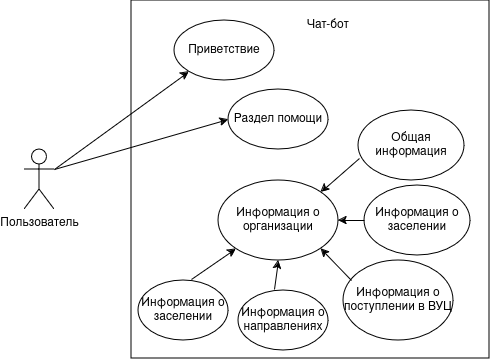
Before: tex/Диаграмма вариантов использования.drawio.png, a diagram exported from draw.io (yaz0p/bachelor_diploma). Source tidied: cells renumbered, new cells last; positions are measured from the earlier drawing's top-left corner, leaving out a move shared by most shapes.
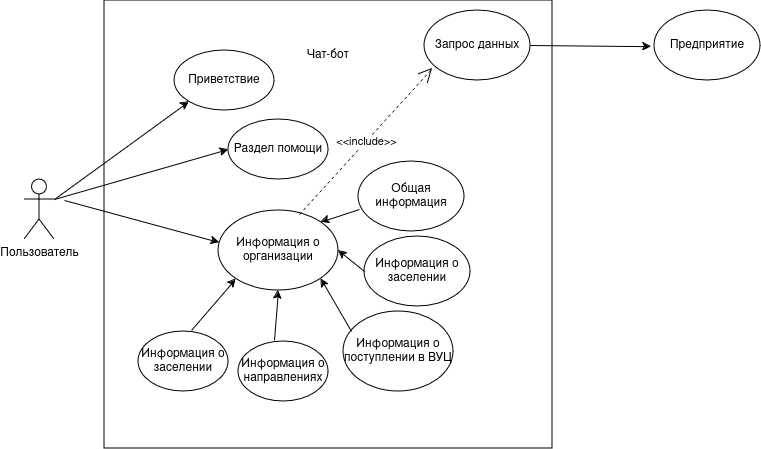
Above is the later version.

The edit, as a diff of the source:
```diff
@@ -6,7 +6,7 @@
       <mxGeometry y="149" width="30" height="60" as="geometry" />
     </mxCell>
     <mxCell id="3" style="whiteSpace=wrap;html=1;" parent="1" vertex="1">
-      <mxGeometry x="107" width="358" height="358" as="geometry" />
+      <mxGeometry x="80" y="-30" width="448" height="448" as="geometry" />
     </mxCell>
     <mxCell id="4" value="Приветствие" style="ellipse;whiteSpace=wrap;html=1;" parent="1" vertex="1">
       <mxGeometry x="150" y="20" width="100" height="60" as="geometry" />
@@ -27,34 +27,51 @@
       <mxGeometry x="194" y="180" width="120" height="80" as="geometry" />
     </mxCell>
     <mxCell id="10" value="Информация о заселении" style="ellipse;whiteSpace=wrap;html=1;" parent="1" vertex="1">
-      <mxGeometry x="114" y="280" width="90" height="60" as="geometry" />
+      <mxGeometry x="114" y="301" width="90" height="60" as="geometry" />
     </mxCell>
     <mxCell id="11" style="endArrow=classic;html=1;rounded=0;entryX=0;entryY=1;entryDx=0;entryDy=0;exitX=0.589;exitY=-0.017;exitDx=0;exitDy=0;exitPerimeter=0;" parent="1" edge="1" source="10" target="9">
       <mxGeometry relative="1" as="geometry" />
     </mxCell>
     <mxCell id="12" value="Информация о направлениях" style="ellipse;whiteSpace=wrap;html=1;" parent="1" vertex="1">
-      <mxGeometry x="214" y="290" width="90" height="60" as="geometry" />
+      <mxGeometry x="214" y="311" width="90" height="60" as="geometry" />
     </mxCell>
     <mxCell id="13" style="endArrow=classic;html=1;rounded=0;entryX=0.5;entryY=1;entryDx=0;entryDy=0;exitX=0.4;exitY=-0.017;exitDx=0;exitDy=0;exitPerimeter=0;" parent="1" edge="1" source="12" target="9">
       <mxGeometry relative="1" as="geometry" />
     </mxCell>
     <mxCell id="14" value="Информация о поступлении в ВУЦ" style="ellipse;whiteSpace=wrap;html=1;" parent="1" vertex="1">
-      <mxGeometry x="319" y="260" width="110" height="80" as="geometry" />
+      <mxGeometry x="319" y="281" width="110" height="80" as="geometry" />
     </mxCell>
     <mxCell id="15" style="endArrow=classic;html=1;rounded=0;entryX=1;entryY=1;entryDx=0;entryDy=0;exitX=0.073;exitY=0.25;exitDx=0;exitDy=0;exitPerimeter=0;" parent="1" edge="1" source="14" target="9">
       <mxGeometry relative="1" as="geometry" />
     </mxCell>
     <mxCell id="16" value="Информация о заселении" style="ellipse;whiteSpace=wrap;html=1;" parent="1" vertex="1">
-      <mxGeometry x="340" y="185" width="106" height="70" as="geometry" />
+      <mxGeometry x="340" y="206" width="106" height="70" as="geometry" />
     </mxCell>
     <mxCell id="17" style="endArrow=classic;html=1;rounded=0;entryX=1;entryY=0.5;entryDx=0;entryDy=0;exitX=0;exitY=0.5;exitDx=0;exitDy=0;" parent="1" edge="1" source="16" target="9">
       <mxGeometry relative="1" as="geometry" />
     </mxCell>
     <mxCell id="18" value="Общая информация" style="ellipse;whiteSpace=wrap;html=1;" parent="1" vertex="1">
-      <mxGeometry x="334" y="110" width="106" height="70" as="geometry" />
+      <mxGeometry x="334" y="131" width="106" height="70" as="geometry" />
     </mxCell>
     <mxCell id="19" style="endArrow=classic;html=1;rounded=0;entryX=1;entryY=0;entryDx=0;entryDy=0;exitX=0.009;exitY=0.686;exitDx=0;exitDy=0;exitPerimeter=0;" parent="1" edge="1" source="18" target="9">
       <mxGeometry relative="1" as="geometry" />
     </mxCell>
+    <mxCell id="20" value="Запрос данных" style="ellipse;whiteSpace=wrap;html=1;" parent="1" vertex="1">
+      <mxGeometry x="400" y="-20" width="106" height="70" as="geometry" />
+    </mxCell>
+    <mxCell id="21" value="&amp;lt;&amp;lt;include&amp;gt;&amp;gt;" style="endArrow=open;endSize=12;dashed=1;html=1;rounded=0;exitX=0.675;exitY=0.05;exitDx=0;exitDy=0;exitPerimeter=0;entryX=0.075;entryY=0.829;entryDx=0;entryDy=0;entryPerimeter=0;" parent="1" edge="1" source="9" target="20">
+      <mxGeometry relative="1" as="geometry" />
+    </mxCell>
+    <mxCell id="22" style="endArrow=classic;html=1;rounded=0;exitX=1;exitY=0.5;exitDx=0;exitDy=0;entryX=-0.03;entryY=0.517;entryDx=0;entryDy=0;entryPerimeter=0;" parent="1" edge="1" source="20" target="23">
+      <mxGeometry relative="1" as="geometry" />
+    </mxCell>
+    <mxCell id="23" value="Предприятие" style="ellipse;whiteSpace=wrap;html=1;" parent="1" vertex="1">
+      <mxGeometry x="630" y="-20" width="106" height="70" as="geometry" />
+    </mxCell>
+    <mxCell id="24" style="endArrow=classic;html=1;rounded=0;entryX=0.008;entryY=0.401;entryDx=0;entryDy=0;entryPerimeter=0;" parent="1" edge="1" target="9">
+      <mxGeometry relative="1" as="geometry">
+        <mxPoint x="40" y="170" as="sourcePoint" />
+      </mxGeometry>
+    </mxCell>
   </root>
 </mxGraphModel>
```
